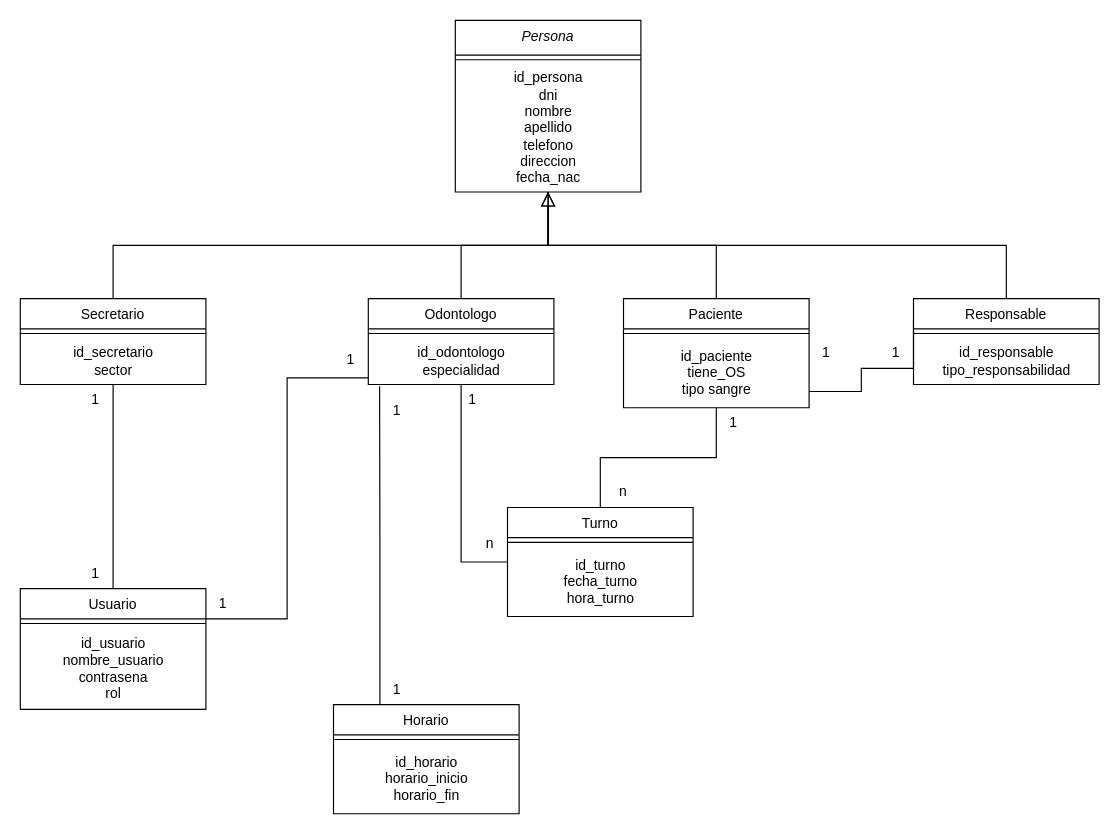
Tueik/ProyectoJSP_ClinicaOdontologia keeps this draw.io diagram as TC_ClinicaOdontologica/documentacion/diagrama de Clases UML version inicial.drawio. Above is the earlier version. Source tidied: cells renumbered, new cells numbered last; positions are measured from the earlier drawing's top-left corner, leaving out a move shared by most shapes. Both pictures are drawn from the tidied source at 116%, with x=0, y=0 at pixel (20, 20).
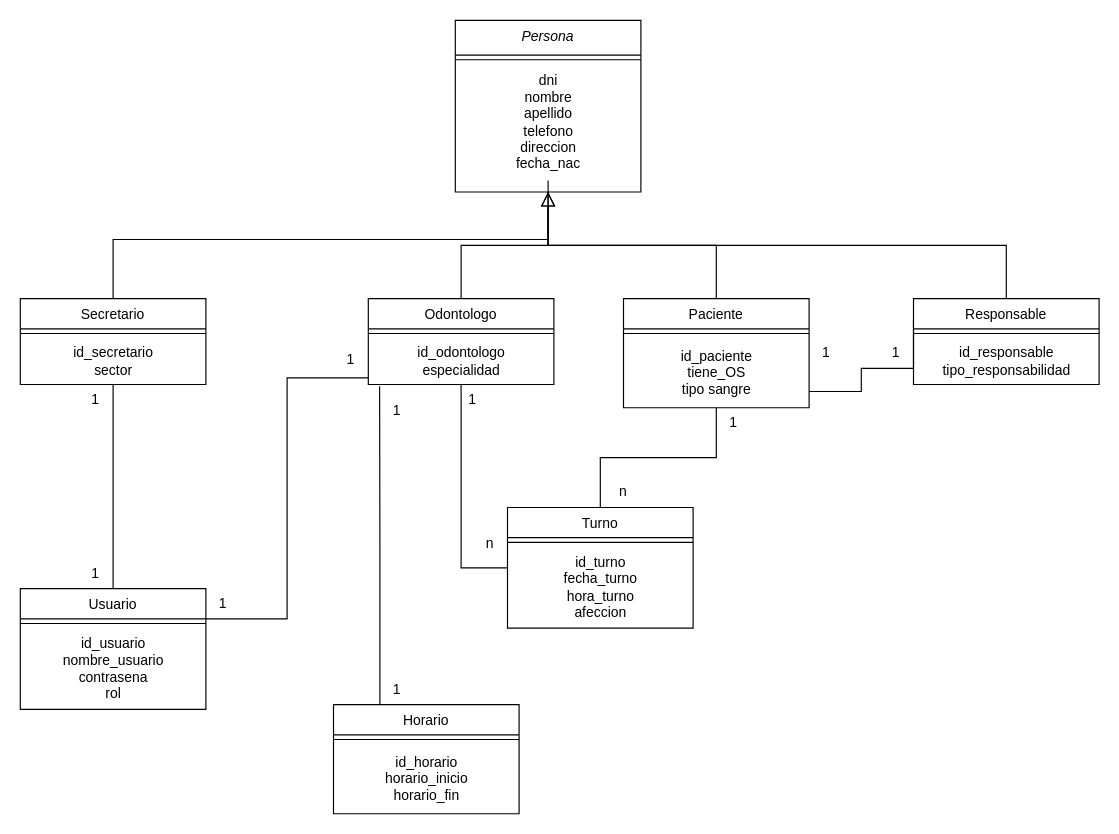
After the change.

Commit message:
Coreccion de UML (id_persona y atributos en algunas clases)

The change refers to these unchanged cells:
```xml
<mxCell id="3" value="Persona" style="swimlane;fontStyle=2;align=center;verticalAlign=top;horizontal=1;startSize=30;rounded=0;shadow=0;strokeWidth=1;points=[[0,0,0,0,0],[0,0.25,0,0,0],[0,0.5,0,0,0],[0,0.75,0,0,0],[0,1,0,0,0],[0.25,0,0,0,0],[0.25,1,0,0,0],[0.5,0,0,0,0],[0.5,1,0,0,0],[0.75,0,0,0,0],[0.75,1,0,0,0],[1,0,0,0,0],[1,0.25,0,0,0],[1,0.5,0,0,0],[1,0.75,0,0,0],[1,1,0,0,0]];" parent="1" vertex="1">
  <mxGeometry x="375" width="160" height="148" as="geometry" />
</mxCell>
```

Diff of the diagram source:
```diff
@@
-    <mxCell id="5" value="id_persona&lt;br&gt;dni&lt;br&gt;nombre&lt;br&gt;apellido&lt;br&gt;telefono&lt;br&gt;direccion&lt;br&gt;fecha_nac&lt;br&gt;" style="text;html=1;align=center;verticalAlign=middle;points=[];strokeColor=none;fillColor=none;" parent="3" vertex="1">
-      <mxGeometry y="38" width="160" height="110" as="geometry" />
+    <mxCell id="5" value="dni&lt;br&gt;nombre&lt;br&gt;apellido&lt;br&gt;telefono&lt;br&gt;direccion&lt;br&gt;fecha_nac" style="text;html=1;align=center;verticalAlign=middle;points=[];strokeColor=none;fillColor=none;" parent="3" vertex="1">
+      <mxGeometry y="38" width="160" height="100" as="geometry" />
     </mxCell>
@@
     <mxCell id="20" value="Turno" style="swimlane;fontStyle=0;align=center;verticalAlign=top;horizontal=1;startSize=26;rounded=0;shadow=0;strokeWidth=1;" parent="1" vertex="1">
-      <mxGeometry x="420" y="420" width="160" height="94" as="geometry" />
+      <mxGeometry x="420" y="420" width="160" height="104" as="geometry" />
     </mxCell>
@@
-    <mxCell id="22" value="id_turno&lt;br&gt;fecha_turno&lt;br&gt;hora_turno&lt;br&gt;" style="text;html=1;align=center;verticalAlign=middle;strokeColor=none;fillColor=none;" parent="20" vertex="1">
-      <mxGeometry y="34" width="160" height="60" as="geometry" />
+    <mxCell id="22" value="id_turno&lt;br&gt;fecha_turno&lt;br&gt;hora_turno&lt;br&gt;afeccion" style="text;html=1;align=center;verticalAlign=middle;strokeColor=none;fillColor=none;" parent="20" vertex="1">
+      <mxGeometry y="34" width="160" height="70" as="geometry" />
     </mxCell>
```
